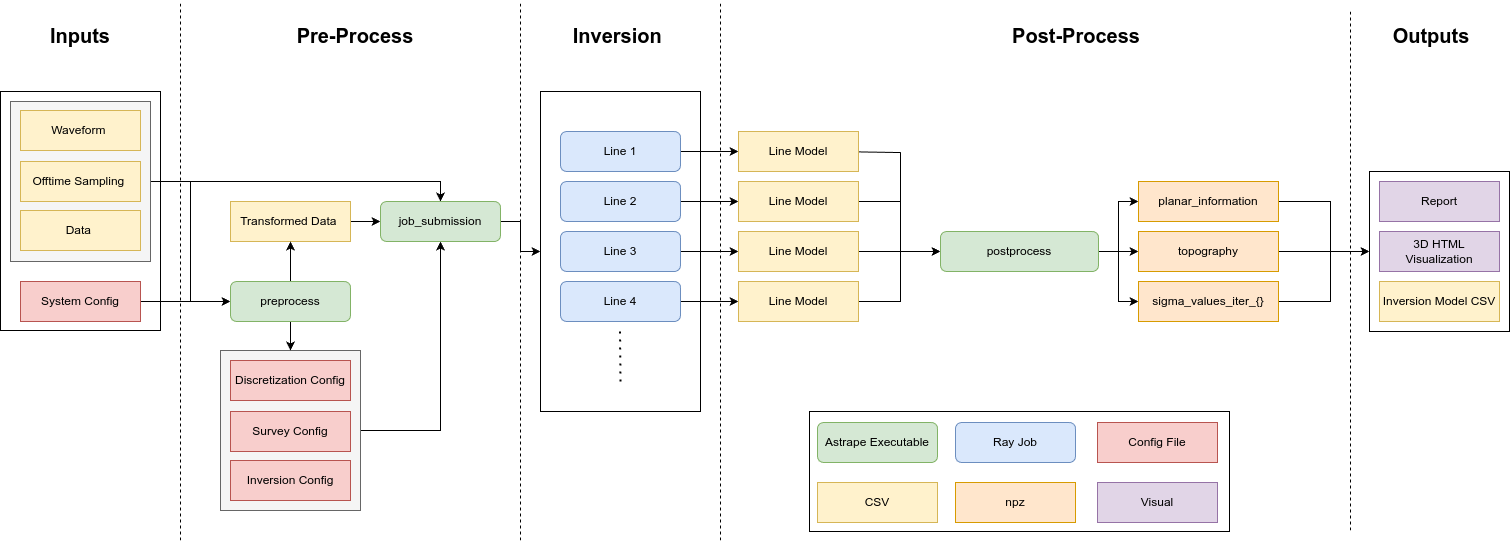
This is images/workflow.png from paul-vorticity/astrape_docs, a draw.io export, as it was before one commit. Source tidied: cells renumbered, new cells last; positions are measured from the earlier drawing's top-left corner, leaving out a move shared by most shapes.
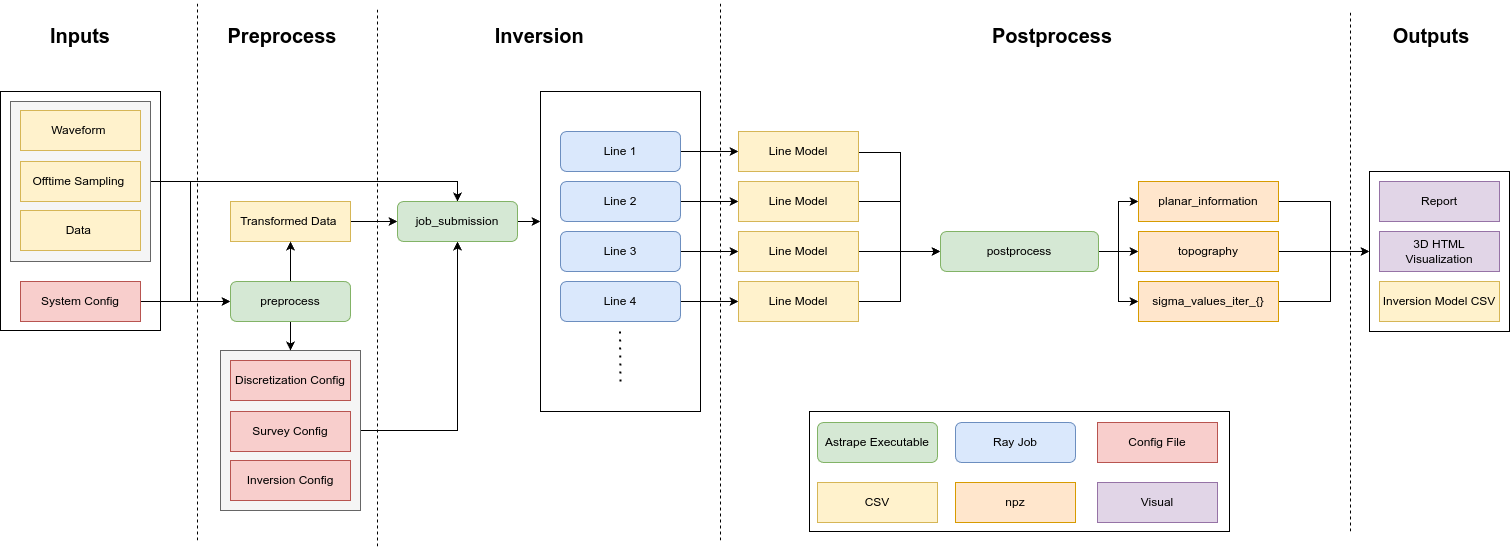
After the commit.

What changed in the source:
```diff
@@ -44,11 +44,13 @@
     <mxCell id="15" style="edgeStyle=orthogonalEdgeStyle;rounded=0;jettySize=auto;html=1;exitX=1;exitY=0.5;exitDx=0;exitDy=0;" parent="1" edge="1" source="34" target="17">
       <mxGeometry relative="1" as="geometry" />
     </mxCell>
-    <mxCell id="16" style="edgeStyle=orthogonalEdgeStyle;rounded=0;jettySize=auto;html=1;exitX=1;exitY=0.5;exitDx=0;exitDy=0;entryX=0;entryY=0.5;entryDx=0;entryDy=0;" parent="1" edge="1" source="17" target="10">
-      <mxGeometry relative="1" as="geometry" />
+    <mxCell id="16" style="edgeStyle=orthogonalEdgeStyle;rounded=0;jettySize=auto;html=1;exitX=1;exitY=0.5;exitDx=0;exitDy=0;" parent="1" edge="1" source="17">
+      <mxGeometry relative="1" as="geometry">
+        <mxPoint x="540" y="221" as="targetPoint" />
+      </mxGeometry>
     </mxCell>
     <mxCell id="17" value="job_submission" style="rounded=1;whiteSpace=wrap;html=1;fontSize=12;glass=0;strokeWidth=1;shadow=0;fillColor=#d5e8d4;strokeColor=#82b366;" parent="1" vertex="1">
-      <mxGeometry x="380" y="201" width="120" height="40" as="geometry" />
+      <mxGeometry x="397" y="201" width="120" height="40" as="geometry" />
     </mxCell>
     <mxCell id="18" style="edgeStyle=orthogonalEdgeStyle;rounded=0;jettySize=auto;html=1;exitX=1;exitY=0.5;exitDx=0;exitDy=0;entryX=0;entryY=0.5;entryDx=0;entryDy=0;" parent="1" edge="1" source="19" target="37">
       <mxGeometry relative="1" as="geometry" />
@@ -203,31 +205,31 @@
     <mxCell id="58" value="Astrape Executable" style="rounded=1;whiteSpace=wrap;html=1;fontSize=12;glass=0;strokeWidth=1;shadow=0;fillColor=#d5e8d4;strokeColor=#82b366;" parent="1" vertex="1">
       <mxGeometry x="817" y="422" width="120" height="40" as="geometry" />
     </mxCell>
-    <mxCell id="59" value="Pre-Process" style="text;html=1;strokeColor=none;fillColor=none;align=center;verticalAlign=middle;whiteSpace=wrap;rounded=0;fontStyle=1;fontSize=20;" parent="1" vertex="1">
-      <mxGeometry x="290" y="20" width="130" height="30" as="geometry" />
+    <mxCell id="59" value="Preprocess" style="text;html=1;strokeColor=none;fillColor=none;align=center;verticalAlign=middle;whiteSpace=wrap;rounded=0;fontStyle=1;fontSize=20;" parent="1" vertex="1">
+      <mxGeometry x="217" y="20" width="130" height="30" as="geometry" />
     </mxCell>
-    <mxCell id="60" value="Post-Process" style="text;html=1;strokeColor=none;fillColor=none;align=center;verticalAlign=middle;whiteSpace=wrap;rounded=0;fontStyle=1;fontSize=20;" parent="1" vertex="1">
-      <mxGeometry x="1011" y="20" width="130" height="30" as="geometry" />
+    <mxCell id="60" value="Postprocess" style="text;html=1;strokeColor=none;fillColor=none;align=center;verticalAlign=middle;whiteSpace=wrap;rounded=0;fontStyle=1;fontSize=20;" parent="1" vertex="1">
+      <mxGeometry x="987" y="20" width="130" height="30" as="geometry" />
     </mxCell>
     <mxCell id="61" value="Inversion&amp;nbsp;" style="text;html=1;strokeColor=none;fillColor=none;align=center;verticalAlign=middle;whiteSpace=wrap;rounded=0;fontStyle=1;fontSize=20;" parent="1" vertex="1">
-      <mxGeometry x="555" y="20" width="130" height="30" as="geometry" />
+      <mxGeometry x="477" y="20" width="130" height="30" as="geometry" />
     </mxCell>
     <mxCell id="62" style="endArrow=none;dashed=1;html=1;rounded=0;" parent="1" edge="1">
       <mxGeometry relative="1" as="geometry">
-        <mxPoint x="520" y="540" as="sourcePoint" />
-        <mxPoint x="520" as="targetPoint" />
+        <mxPoint x="377" y="546" as="sourcePoint" />
+        <mxPoint x="377" y="6" as="targetPoint" />
       </mxGeometry>
     </mxCell>
     <mxCell id="63" style="endArrow=none;dashed=1;html=1;rounded=0;" parent="1" edge="1">
       <mxGeometry relative="1" as="geometry">
-        <mxPoint x="180" y="540" as="sourcePoint" />
-        <mxPoint x="180" as="targetPoint" />
+        <mxPoint x="197" y="540" as="sourcePoint" />
+        <mxPoint x="197" as="targetPoint" />
       </mxGeometry>
     </mxCell>
     <mxCell id="64" style="endArrow=none;dashed=1;html=1;rounded=0;" parent="1" edge="1">
       <mxGeometry relative="1" as="geometry">
-        <mxPoint x="1350" y="530" as="sourcePoint" />
-        <mxPoint x="1350" y="10" as="targetPoint" />
+        <mxPoint x="1350" y="531" as="sourcePoint" />
+        <mxPoint x="1350" y="11" as="targetPoint" />
       </mxGeometry>
     </mxCell>
     <mxCell id="65" style="endArrow=none;dashed=1;html=1;rounded=0;" parent="1" edge="1">
```
